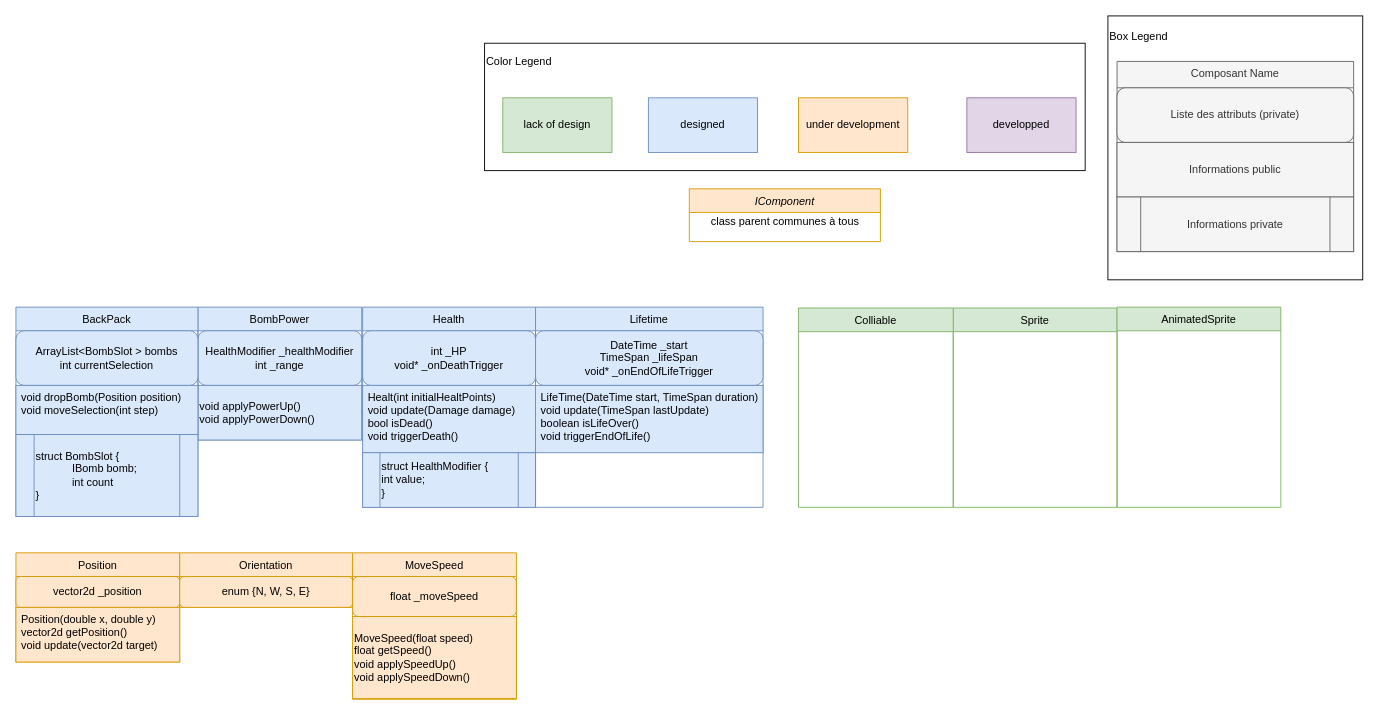
The draw.io diagram page "Components" (2 of 5) of doc/UMLGeneralFramework.drawio in Kragoum/BomberKnight, before the edit. Source tidied: cells renumbered, new cells numbered last; positions are measured from the earlier drawing's top-left corner, leaving out a move shared by most shapes. Both pictures are drawn from the tidied source at 91%, with x=0, y=0 at pixel (15, 15).
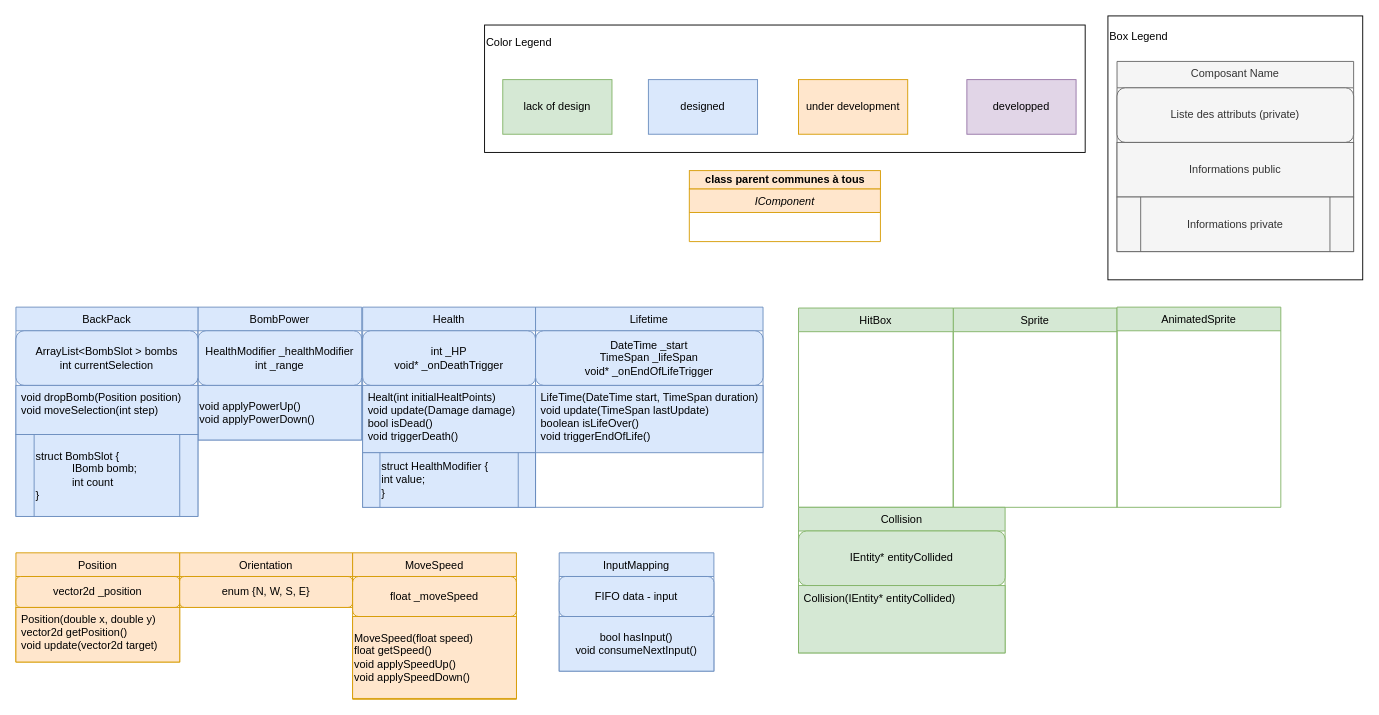
After the change.

The change refers to these unchanged cells:
```xml
<mxCell id="2" value="IComponent" style="swimlane;fontStyle=2;align=center;verticalAlign=top;horizontal=1;startSize=26;rounded=0;shadow=0;strokeWidth=1;fillColor=#ffe6cc;strokeColor=#d79b00;" parent="1" vertex="1">
  <mxGeometry x="740" y="190" width="210" height="58" as="geometry" />
</mxCell>
```

What changed in the source:
```diff
@@
-    <mxCell id="3" value="class parent communes à tous" style="text;html=1;align=center;verticalAlign=middle;strokeColor=none;fillColor=none;" parent="2" vertex="1">
-      <mxGeometry y="26" width="210" height="20" as="geometry" />
-    </mxCell>
@@
     <mxCell id="24" style="group;" parent="1" vertex="1">
-      <mxGeometry x="515" y="30" width="660" height="140" as="geometry" />
+      <mxGeometry x="515" y="10" width="660" height="140" as="geometry" />
     </mxCell>
@@
-    <mxCell id="30" value="Colliable" style="swimlane;fontStyle=0;align=center;verticalAlign=top;horizontal=1;startSize=26;rounded=0;shadow=0;strokeWidth=1;fillColor=#d5e8d4;strokeColor=#82b366;" parent="1" vertex="1">
+    <mxCell id="30" value="HitBox" style="swimlane;fontStyle=0;align=center;verticalAlign=top;horizontal=1;startSize=26;rounded=0;shadow=0;strokeWidth=1;fillColor=#d5e8d4;strokeColor=#82b366;" parent="1" vertex="1">
       <mxGeometry x="860" y="321" width="170" height="219" as="geometry" />
     </mxCell>
@@
+    <mxCell id="3" value="&lt;b&gt;class parent communes à tous&lt;/b&gt;" style="text;html=1;align=center;verticalAlign=middle;strokeColor=#d79b00;fillColor=#ffe6cc;" parent="1" vertex="1">
+      <mxGeometry x="740" y="170" width="210" height="20" as="geometry" />
+    </mxCell>
+    <mxCell id="41" value="Collision" style="swimlane;fontStyle=0;align=center;verticalAlign=top;horizontal=1;startSize=26;rounded=0;shadow=0;strokeWidth=1;fillColor=#d5e8d4;strokeColor=#82b366;" parent="1" vertex="1">
+      <mxGeometry x="860" y="540" width="227" height="160" as="geometry" />
+    </mxCell>
+    <mxCell id="42" value="&lt;span style=&quot;color: rgb(0, 0, 0); font-family: Helvetica; font-size: 12px; font-style: normal; font-variant-ligatures: normal; font-variant-caps: normal; font-weight: 400; letter-spacing: normal; orphans: 2; text-align: left; text-indent: 0px; text-transform: none; widows: 2; word-spacing: 0px; -webkit-text-stroke-width: 0px; text-decoration-thickness: initial; text-decoration-style: initial; text-decoration-color: initial; float: none; display: inline !important;&quot;&gt;IEntity* entityCollided&lt;br&gt;&lt;/span&gt;" style="rounded=1;whiteSpace=wrap;html=1;fillColor=#d5e8d4;strokeColor=#82b366;" parent="41" vertex="1">
+      <mxGeometry y="26" width="227" height="60" as="geometry" />
+    </mxCell>
+    <mxCell id="43" value="Collision(IEntity* entityCollided)&#10;" style="text;align=left;verticalAlign=top;spacingLeft=4;spacingRight=4;overflow=hidden;rounded=0;shadow=0;html=0;fillColor=#d5e8d4;strokeColor=#82b366;" parent="41" vertex="1">
+      <mxGeometry y="86" width="227" height="74" as="geometry" />
+    </mxCell>
+    <mxCell id="44" value="InputMapping" style="swimlane;fontStyle=0;align=center;verticalAlign=top;horizontal=1;startSize=26;rounded=0;shadow=0;strokeWidth=1;fillColor=#dae8fc;strokeColor=#6c8ebf;" parent="1" vertex="1">
+      <mxGeometry x="597" y="590" width="170" height="130" as="geometry" />
+    </mxCell>
+    <mxCell id="45" value="FIFO data - input" style="rounded=1;whiteSpace=wrap;html=1;labelBackgroundColor=none;fillColor=#dae8fc;strokeColor=#6c8ebf;" parent="44" vertex="1">
+      <mxGeometry y="26" width="170" height="44" as="geometry" />
+    </mxCell>
+    <mxCell id="46" value="bool hasInput()&lt;br&gt;void consumeNextInput()" style="rounded=0;whiteSpace=wrap;html=1;fillColor=#dae8fc;strokeColor=#6c8ebf;" parent="44" vertex="1">
+      <mxGeometry y="70" width="170" height="60" as="geometry" />
+    </mxCell>
```
